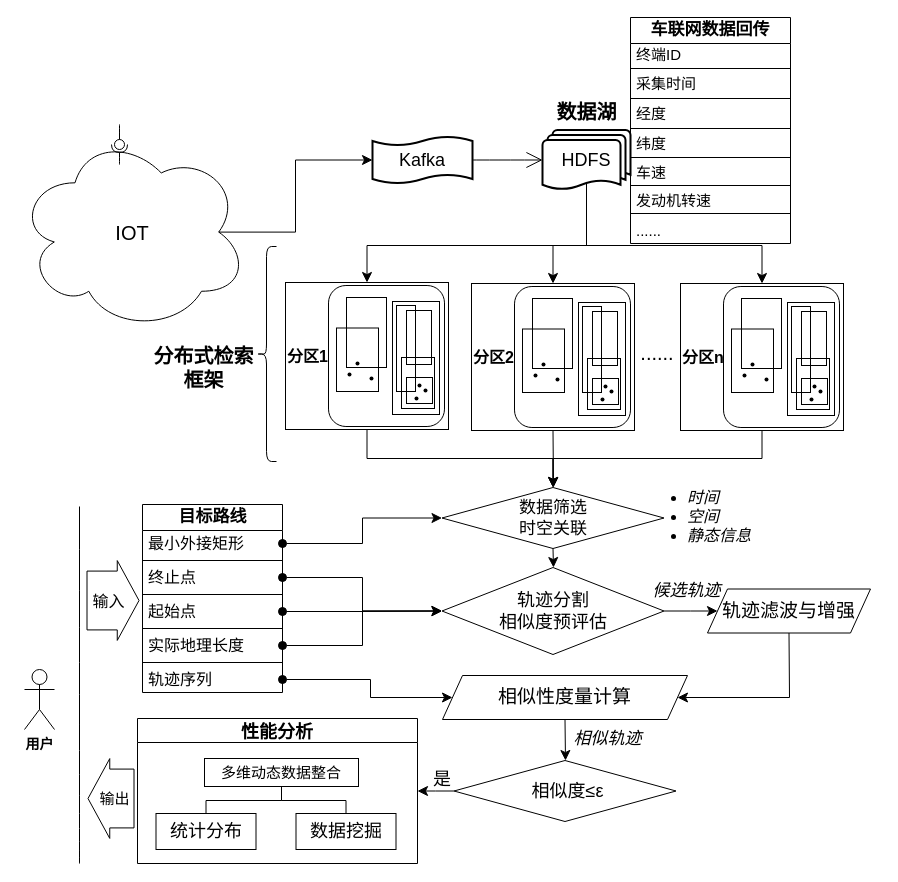
Before: 专利1.drawio in wangwuhua11/draw, a draw.io diagram. Source tidied: cells renumbered, new cells numbered last; positions are measured from the earlier drawing's top-left corner, leaving out a move shared by most shapes. Both pictures are drawn from the tidied source at 100%, with x=0, y=0 at pixel (17, 17).
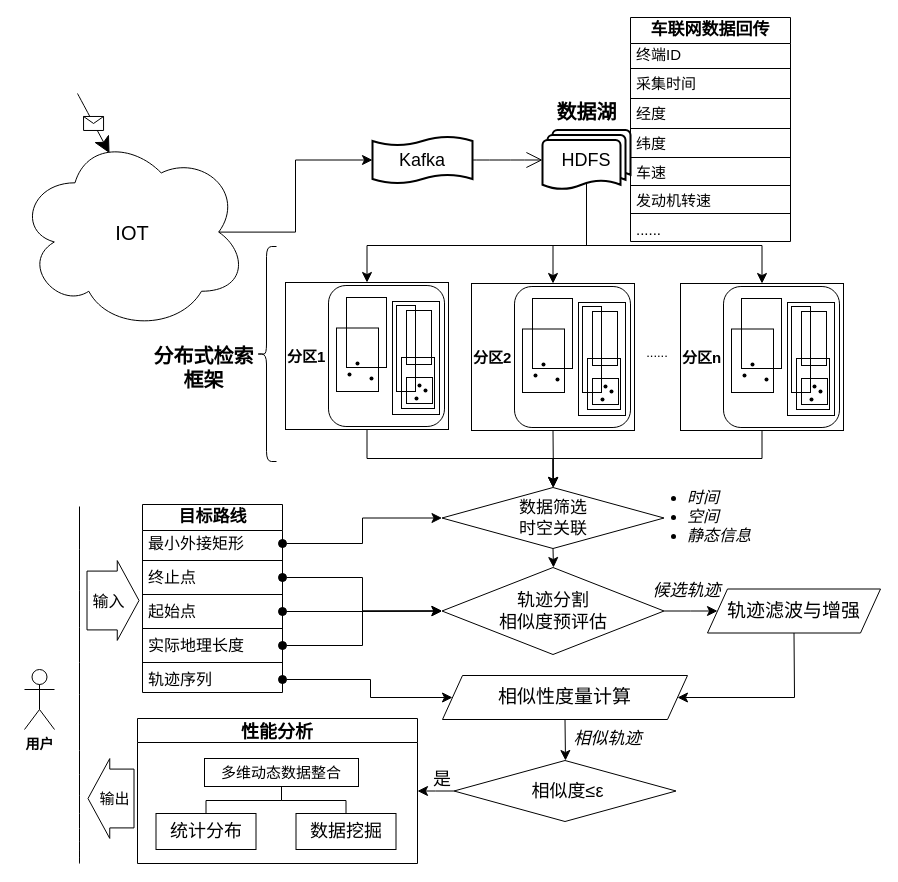
The same page after the edit.

Unchanged cells that the change refers to:
```xml
<mxCell id="29" value="IOT" style="ellipse;shape=cloud;whiteSpace=wrap;html=1;align=center;fontFamily=宋体;fontSize=20;" parent="1" vertex="1">
  <mxGeometry y="116" width="230" height="197.2" as="geometry" />
</mxCell>
<mxCell id="30" style="group;fontFamily=宋体;" parent="1" vertex="1">
  <mxGeometry x="268" y="265" width="163" height="147" as="geometry" />
</mxCell>
<mxCell id="47" style="group;fontFamily=宋体;" parent="1" vertex="1">
  <mxGeometry x="454" y="266" width="163" height="147" as="geometry" />
</mxCell>
<mxCell id="64" style="group;fontFamily=宋体;" parent="1" vertex="1">
  <mxGeometry x="663" y="266" width="163" height="147" as="geometry" />
</mxCell>
<mxCell id="98" value="相似性度量计算" style="shape=parallelogram;perimeter=parallelogramPerimeter;whiteSpace=wrap;html=1;fixedSize=1;fontFamily=宋体;fontSize=19;" parent="1" vertex="1">
  <mxGeometry x="425" y="658" width="245" height="44" as="geometry" />
</mxCell>
```

The edit, as a diff of the source:
```diff
@@
     <mxCell id="15" value="车联网数据回传" style="swimlane;fontStyle=1;align=center;verticalAlign=middle;horizontal=1;startSize=26;whiteSpace=wrap;html=1;fontFamily=宋体;fontSize=17;" parent="1" vertex="1">
-      <mxGeometry x="613" width="160" height="226" as="geometry" />
+      <mxGeometry x="613" width="160" height="224" as="geometry" />
     </mxCell>
@@
     <mxCell id="28" value="......" style="text;strokeColor=none;fillColor=none;align=left;verticalAlign=middle;spacingLeft=4;spacingRight=4;overflow=hidden;whiteSpace=wrap;html=1;fontFamily=宋体;fontSize=15;fontColor=#000000;" parent="15" vertex="1">
-      <mxGeometry y="200" width="160" height="26" as="geometry" />
+      <mxGeometry y="200" width="160" height="24" as="geometry" />
     </mxCell>
@@
-    <mxCell id="46" value="&lt;b&gt;&lt;font style=&quot;font-size: 16px;&quot;&gt;分区1&lt;/font&gt;&lt;/b&gt;" style="rounded=0;whiteSpace=wrap;html=1;fontFamily=宋体;fillColor=none;align=left;" parent="30" vertex="1">
+    <mxCell id="46" value="&lt;b&gt;&lt;font style=&quot;font-size: 15px;&quot;&gt;分区1&lt;/font&gt;&lt;/b&gt;" style="rounded=0;whiteSpace=wrap;html=1;fontFamily=宋体;fillColor=none;align=left;" parent="30" vertex="1">
       <mxGeometry width="163" height="147" as="geometry" />
     </mxCell>
@@
-    <mxCell id="63" value="&lt;b&gt;&lt;font style=&quot;font-size: 16px;&quot;&gt;分区2&lt;/font&gt;&lt;/b&gt;" style="rounded=0;whiteSpace=wrap;html=1;fontFamily=宋体;fillColor=none;align=left;" parent="47" vertex="1">
+    <mxCell id="63" value="&lt;b&gt;&lt;font style=&quot;font-size: 15px;&quot;&gt;分区2&lt;/font&gt;&lt;/b&gt;" style="rounded=0;whiteSpace=wrap;html=1;fontFamily=宋体;fillColor=none;align=left;" parent="47" vertex="1">
       <mxGeometry width="163" height="147" as="geometry" />
     </mxCell>
@@
-    <mxCell id="80" value="&lt;b&gt;&lt;font style=&quot;font-size: 16px;&quot;&gt;分区n&lt;/font&gt;&lt;/b&gt;" style="rounded=0;whiteSpace=wrap;html=1;fontFamily=宋体;fillColor=none;align=left;" parent="64" vertex="1">
+    <mxCell id="80" value="&lt;b&gt;&lt;font style=&quot;font-size: 15px;&quot;&gt;分区n&lt;/font&gt;&lt;/b&gt;" style="rounded=0;whiteSpace=wrap;html=1;fontFamily=宋体;fillColor=none;align=left;" parent="64" vertex="1">
       <mxGeometry width="163" height="147" as="geometry" />
     </mxCell>
-    <mxCell id="81" value="......" style="text;html=1;align=center;verticalAlign=middle;whiteSpace=wrap;rounded=0;fontSize=20;fontFamily=宋体;" parent="1" vertex="1">
+    <mxCell id="81" value="......" style="text;html=1;align=center;verticalAlign=middle;whiteSpace=wrap;rounded=0;fontSize=13;fontFamily=宋体;" parent="1" vertex="1">
       <mxGeometry x="610" y="320" width="60" height="30" as="geometry" />
     </mxCell>
@@
     <mxCell id="97" value="轨迹滤波与增强" style="shape=parallelogram;perimeter=parallelogramPerimeter;whiteSpace=wrap;html=1;fixedSize=1;fontFamily=宋体;fontSize=19;" parent="1" vertex="1">
-      <mxGeometry x="690" y="571.5" width="163" height="44" as="geometry" />
+      <mxGeometry x="690" y="571.5" width="173" height="44" as="geometry" />
     </mxCell>
@@
     <mxCell id="100" style="edgeStyle=elbowEdgeStyle;elbow=horizontal;endArrow=classic;html=1;curved=0;rounded=0;endSize=8;startSize=8;fontFamily=宋体;fontSize=16;sourcePerimeterSpacing=8;targetPerimeterSpacing=8;exitX=0.5;exitY=1;exitDx=0;exitDy=0;entryX=1;entryY=0.5;entryDx=0;entryDy=0;" parent="1" edge="1" source="97" target="98">
       <mxGeometry relative="1" as="geometry">
         <Array as="points">
-          <mxPoint x="772" y="649" />
+          <mxPoint x="777" y="639" />
+          <mxPoint x="774" y="645" />
         </Array>
       </mxGeometry>
     </mxCell>
@@
-    <mxCell id="111" style="group;rotation=90;fontFamily=宋体;" parent="1" vertex="1">
-      <mxGeometry x="82" y="122" width="40" height="10" as="geometry" />
-    </mxCell>
-    <mxCell id="112" style="rounded=0;jettySize=auto;html=1;endArrow=halfCircle;endFill=0;endSize=6;strokeWidth=1;sketch=0;fontFamily=宋体;fontSize=16;sourcePerimeterSpacing=8;targetPerimeterSpacing=8;curved=1;" parent="111" edge="1" target="114">
-      <mxGeometry relative="1" as="geometry">
-        <mxPoint x="20" y="25" as="sourcePoint" />
-      </mxGeometry>
-    </mxCell>
-    <mxCell id="113" style="rounded=0;jettySize=auto;html=1;endArrow=oval;endFill=0;sketch=0;sourcePerimeterSpacing=0;targetPerimeterSpacing=0;endSize=10;fontFamily=宋体;fontSize=16;curved=1;" parent="111" edge="1" target="114">
-      <mxGeometry relative="1" as="geometry">
-        <mxPoint x="20" y="-15" as="sourcePoint" />
-      </mxGeometry>
-    </mxCell>
-    <mxCell id="114" style="ellipse;whiteSpace=wrap;html=1;align=center;fillColor=none;strokeColor=none;perimeter=centerPerimeter;points=[];outlineConnect=1;fontFamily=宋体;rotation=90;" parent="111" vertex="1">
-      <mxGeometry x="15" width="10" height="10" as="geometry" />
-    </mxCell>
@@
+    <mxCell id="127" style="endArrow=classic;html=1;rounded=0;fontFamily=Architects Daughter;fontSize=16;startSize=14;endSize=14;sourcePerimeterSpacing=8;targetPerimeterSpacing=8;curved=1;entryX=0.4;entryY=0.1;entryDx=0;entryDy=0;entryPerimeter=0;" parent="1" edge="1" target="29">
+      <mxGeometry relative="1" as="geometry">
+        <mxPoint x="60" y="76" as="sourcePoint" />
+      </mxGeometry>
+    </mxCell>
+    <mxCell id="128" style="shape=message;html=1;fontFamily=Architects Daughter;" parent="127" vertex="1">
+      <mxGeometry width="20" height="14" relative="1" as="geometry">
+        <mxPoint x="-10" y="-7" as="offset" />
+      </mxGeometry>
+    </mxCell>
```
